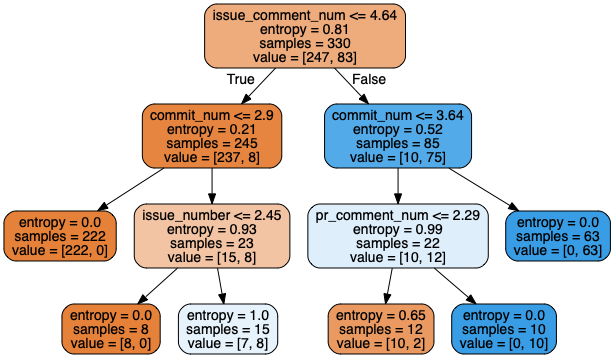
The Graphviz diagram python37/user_cluster/user_tree_2c.png in lancepokaiwang/GitHub-Recommender-System, before a commit. Its source is kept beside it as python37/user_cluster/user_tree_2c.dot. Source of this version:
```dot
digraph Tree {
node [shape=box, style="filled, rounded", color="black", fontname=helvetica] ;
edge [fontname=helvetica] ;
0 [label="issue_comment_num <= 4.64\nentropy = 0.81\nsamples = 330\nvalue = [247, 83]", fillcolor="#eeab7c"] ;
1 [label="commit_num <= 2.9\nentropy = 0.21\nsamples = 245\nvalue = [237, 8]", fillcolor="#e68540"] ;
0 -> 1 [labeldistance=2.5, labelangle=45, headlabel="True"] ;
2 [label="entropy = 0.0\nsamples = 222\nvalue = [222, 0]", fillcolor="#e58139"] ;
1 -> 2 ;
3 [label="issue_number <= 2.45\nentropy = 0.93\nsamples = 23\nvalue = [15, 8]", fillcolor="#f3c4a3"] ;
1 -> 3 ;
4 [label="entropy = 0.0\nsamples = 8\nvalue = [8, 0]", fillcolor="#e58139"] ;
3 -> 4 ;
5 [label="entropy = 1.0\nsamples = 15\nvalue = [7, 8]", fillcolor="#e6f3fc"] ;
3 -> 5 ;
6 [label="commit_num <= 3.64\nentropy = 0.52\nsamples = 85\nvalue = [10, 75]", fillcolor="#53aae8"] ;
0 -> 6 [labeldistance=2.5, labelangle=-45, headlabel="False"] ;
7 [label="pr_comment_num <= 2.29\nentropy = 0.99\nsamples = 22\nvalue = [10, 12]", fillcolor="#deeffb"] ;
6 -> 7 ;
8 [label="entropy = 0.65\nsamples = 12\nvalue = [10, 2]", fillcolor="#ea9a61"] ;
7 -> 8 ;
9 [label="entropy = 0.0\nsamples = 10\nvalue = [0, 10]", fillcolor="#399de5"] ;
7 -> 9 ;
10 [label="entropy = 0.0\nsamples = 63\nvalue = [0, 63]", fillcolor="#399de5"] ;
6 -> 10 ;
}
```
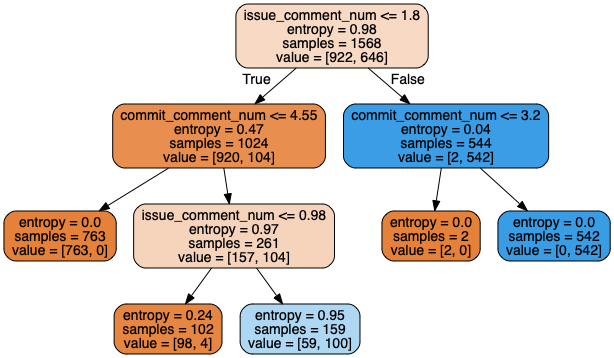
After the commit.

What changed in the source:
```diff
@@ -1,25 +1,21 @@
 digraph Tree {
 node [shape=box, style="filled, rounded", color="black", fontname=helvetica] ;
 edge [fontname=helvetica] ;
-0 [label="issue_comment_num <= 4.64\nentropy = 0.81\nsamples = 330\nvalue = [247, 83]", fillcolor="#eeab7c"] ;
-1 [label="commit_num <= 2.9\nentropy = 0.21\nsamples = 245\nvalue = [237, 8]", fillcolor="#e68540"] ;
+0 [label="issue_comment_num <= 1.8\nentropy = 0.98\nsamples = 1568\nvalue = [922, 646]", fillcolor="#f7d9c4"] ;
+1 [label="commit_comment_num <= 4.55\nentropy = 0.47\nsamples = 1024\nvalue = [920, 104]", fillcolor="#e88f4f"] ;
 0 -> 1 [labeldistance=2.5, labelangle=45, headlabel="True"] ;
-2 [label="entropy = 0.0\nsamples = 222\nvalue = [222, 0]", fillcolor="#e58139"] ;
+2 [label="entropy = 0.0\nsamples = 763\nvalue = [763, 0]", fillcolor="#e58139"] ;
 1 -> 2 ;
-3 [label="issue_number <= 2.45\nentropy = 0.93\nsamples = 23\nvalue = [15, 8]", fillcolor="#f3c4a3"] ;
+3 [label="issue_comment_num <= 0.98\nentropy = 0.97\nsamples = 261\nvalue = [157, 104]", fillcolor="#f6d4bc"] ;
 1 -> 3 ;
-4 [label="entropy = 0.0\nsamples = 8\nvalue = [8, 0]", fillcolor="#e58139"] ;
+4 [label="entropy = 0.24\nsamples = 102\nvalue = [98, 4]", fillcolor="#e68641"] ;
 3 -> 4 ;
-5 [label="entropy = 1.0\nsamples = 15\nvalue = [7, 8]", fillcolor="#e6f3fc"] ;
+5 [label="entropy = 0.95\nsamples = 159\nvalue = [59, 100]", fillcolor="#aed7f4"] ;
 3 -> 5 ;
-6 [label="commit_num <= 3.64\nentropy = 0.52\nsamples = 85\nvalue = [10, 75]", fillcolor="#53aae8"] ;
+6 [label="commit_comment_num <= 3.2\nentropy = 0.04\nsamples = 544\nvalue = [2, 542]", fillcolor="#3a9de5"] ;
 0 -> 6 [labeldistance=2.5, labelangle=-45, headlabel="False"] ;
-7 [label="pr_comment_num <= 2.29\nentropy = 0.99\nsamples = 22\nvalue = [10, 12]", fillcolor="#deeffb"] ;
+7 [label="entropy = 0.0\nsamples = 2\nvalue = [2, 0]", fillcolor="#e58139"] ;
 6 -> 7 ;
-8 [label="entropy = 0.65\nsamples = 12\nvalue = [10, 2]", fillcolor="#ea9a61"] ;
-7 -> 8 ;
-9 [label="entropy = 0.0\nsamples = 10\nvalue = [0, 10]", fillcolor="#399de5"] ;
-7 -> 9 ;
-10 [label="entropy = 0.0\nsamples = 63\nvalue = [0, 63]", fillcolor="#399de5"] ;
-6 -> 10 ;
+8 [label="entropy = 0.0\nsamples = 542\nvalue = [0, 542]", fillcolor="#399de5"] ;
+6 -> 8 ;
 }
```
